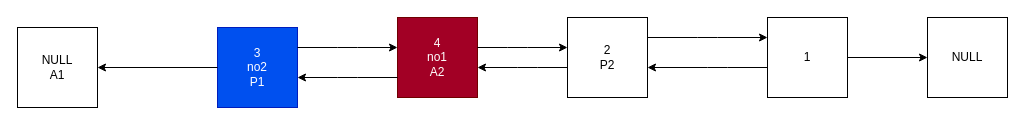
MarcosWillianAP1K/Trabalho_de_ED1 keeps this draw.io diagram as desenhando.drawio. Above is the earlier version. Source tidied: cells renumbered, new cells numbered last; positions are measured from the earlier drawing's top-left corner, leaving out a move shared by most shapes. Both pictures are drawn from the tidied source at 100%, with x=0, y=0 at pixel (17, 17).
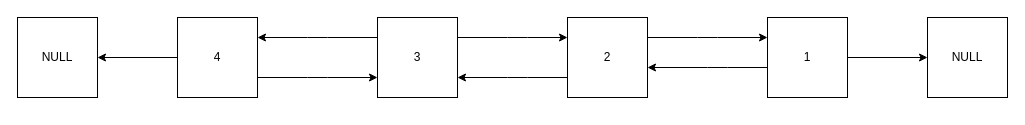
The same page after the edit.

What changed in the source:
```diff
@@
-    <mxCell id="2" value="4&lt;br&gt;no1&lt;br&gt;A2" style="whiteSpace=wrap;html=1;fillColor=#a20025;fontColor=#ffffff;strokeColor=#6F0000;" parent="1" vertex="1">
-      <mxGeometry x="380" width="80" height="80" as="geometry" />
+    <mxCell id="2" value="4&lt;br&gt;" style="whiteSpace=wrap;html=1;" parent="1" vertex="1">
+      <mxGeometry x="160" width="80" height="80" as="geometry" />
     </mxCell>
-    <mxCell id="3" value="3&lt;br&gt;no2&lt;br&gt;P1" style="whiteSpace=wrap;html=1;fillColor=#0050ef;fontColor=#ffffff;strokeColor=#001DBC;" parent="1" vertex="1">
-      <mxGeometry x="200" y="10" width="80" height="80" as="geometry" />
+    <mxCell id="3" value="3" style="whiteSpace=wrap;html=1;" parent="1" vertex="1">
+      <mxGeometry x="360" width="80" height="80" as="geometry" />
     </mxCell>
-    <mxCell id="4" value="2&lt;br&gt;P2" style="whiteSpace=wrap;html=1;" parent="1" vertex="1">
+    <mxCell id="4" value="2" style="whiteSpace=wrap;html=1;" parent="1" vertex="1">
       <mxGeometry x="550" width="80" height="80" as="geometry" />
     </mxCell>
@@
-    <mxCell id="6" style="endArrow=classic;html=1;edgeStyle=orthogonalEdgeStyle;" parent="1" edge="1" source="2" target="3">
-      <mxGeometry relative="1" as="geometry">
-        <Array as="points">
-          <mxPoint x="330" y="60" />
-          <mxPoint x="330" y="60" />
-        </Array>
-      </mxGeometry>
+    <mxCell id="6" style="endArrow=classic;html=1;edgeStyle=orthogonalEdgeStyle;" parent="1" edge="1" source="2" target="14">
+      <mxGeometry relative="1" as="geometry" />
     </mxCell>
-    <mxCell id="7" style="endArrow=classic;html=1;edgeStyle=orthogonalEdgeStyle;" parent="1" edge="1" source="3" target="14">
-      <mxGeometry relative="1" as="geometry" />
+    <mxCell id="7" style="endArrow=classic;html=1;edgeStyle=orthogonalEdgeStyle;" parent="1" edge="1" source="3" target="2">
+      <mxGeometry relative="1" as="geometry">
+        <Array as="points">
+          <mxPoint x="300" y="20" />
+          <mxPoint x="300" y="20" />
+        </Array>
+      </mxGeometry>
     </mxCell>
-    <mxCell id="8" style="endArrow=classic;html=1;edgeStyle=orthogonalEdgeStyle;" parent="1" edge="1" source="2" target="4">
+    <mxCell id="8" style="endArrow=classic;html=1;edgeStyle=orthogonalEdgeStyle;" parent="1" edge="1" source="2" target="3">
       <mxGeometry relative="1" as="geometry">
         <Array as="points">
-          <mxPoint x="500" y="30" />
-          <mxPoint x="500" y="30" />
+          <mxPoint x="300" y="60" />
+          <mxPoint x="300" y="60" />
         </Array>
       </mxGeometry>
     </mxCell>
-    <mxCell id="9" style="endArrow=classic;html=1;edgeStyle=orthogonalEdgeStyle;" parent="1" edge="1" source="4" target="2">
+    <mxCell id="9" style="endArrow=classic;html=1;edgeStyle=orthogonalEdgeStyle;" parent="1" edge="1" source="4" target="3">
       <mxGeometry relative="1" as="geometry">
         <Array as="points">
-          <mxPoint x="510" y="50" />
-          <mxPoint x="510" y="50" />
+          <mxPoint x="500" y="60" />
+          <mxPoint x="500" y="60" />
         </Array>
       </mxGeometry>
     </mxCell>
-    <mxCell id="10" style="endArrow=classic;html=1;edgeStyle=orthogonalEdgeStyle;" parent="1" edge="1" source="3" target="2">
+    <mxCell id="10" style="endArrow=classic;html=1;edgeStyle=orthogonalEdgeStyle;" parent="1" edge="1" source="3" target="4">
       <mxGeometry relative="1" as="geometry">
         <Array as="points">
-          <mxPoint x="330" y="30" />
-          <mxPoint x="330" y="30" />
+          <mxPoint x="500" y="20" />
+          <mxPoint x="500" y="20" />
         </Array>
       </mxGeometry>
     </mxCell>
@@
-    <mxCell id="14" value="NULL&lt;br&gt;A1" style="whiteSpace=wrap;html=1;" parent="1" vertex="1">
-      <mxGeometry y="10" width="80" height="80" as="geometry" />
+    <mxCell id="14" value="NULL" style="whiteSpace=wrap;html=1;" parent="1" vertex="1">
+      <mxGeometry width="80" height="80" as="geometry" />
     </mxCell>
```
